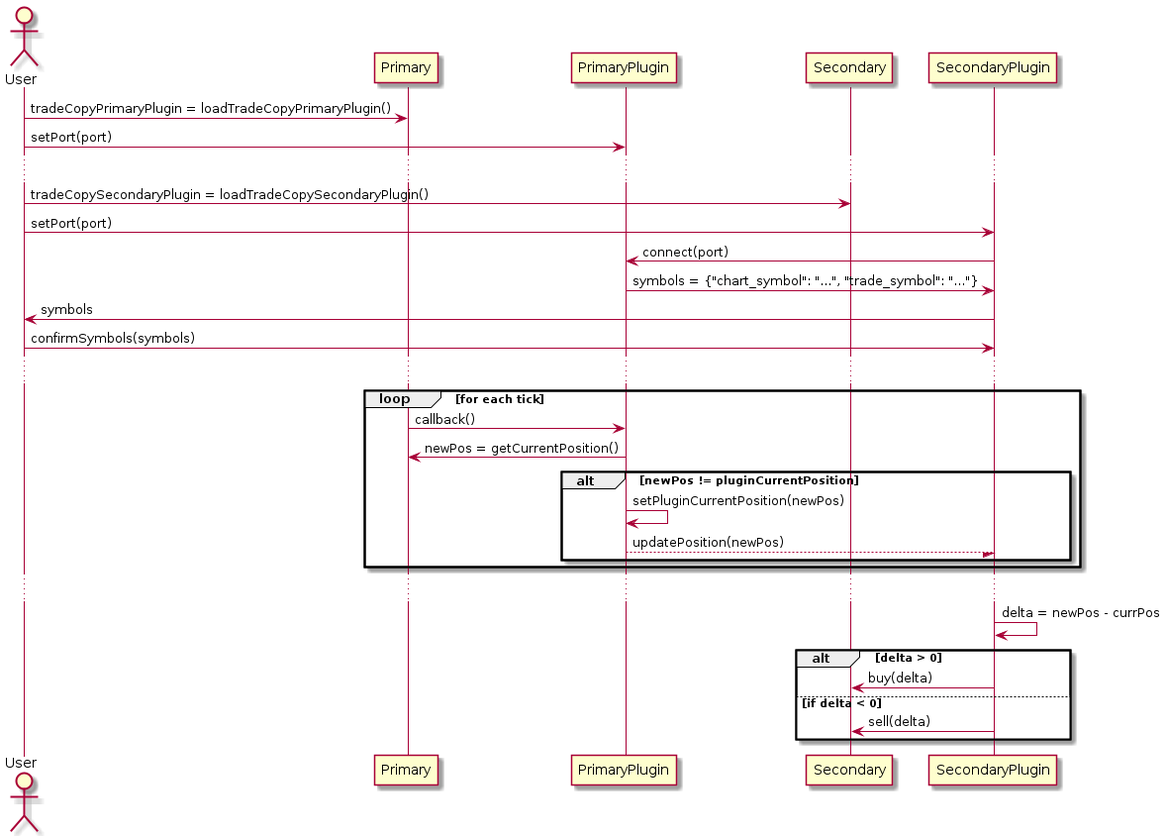
This is dev/sequence.png from sohailsomani/sc_position_copy, a PlantUML export, as it was before one commit. Its diagram source:
```plantuml
@startuml

actor User
participant Primary
participant PrimaryPlugin
participant Secondary
participant SecondaryPlugin

User -> Primary: tradeCopyPrimaryPlugin = loadTradeCopyPrimaryPlugin()
User -> PrimaryPlugin: setPort(port)
...
User -> Secondary: tradeCopySecondaryPlugin = loadTradeCopySecondaryPlugin()
User -> SecondaryPlugin: setPort(port)
SecondaryPlugin -> PrimaryPlugin: connect(port)
PrimaryPlugin -> SecondaryPlugin: symbols = {"chart_symbol": "...", "trade_symbol": "..."}
SecondaryPlugin -> User: symbols
User -> SecondaryPlugin: confirmSymbols(symbols)
...
loop for each tick
Primary -> PrimaryPlugin: callback()
PrimaryPlugin -> Primary: newPos = getCurrentPosition()
alt newPos != pluginCurrentPosition
  PrimaryPlugin -> PrimaryPlugin: setPluginCurrentPosition(newPos)
  PrimaryPlugin --/ SecondaryPlugin: updatePosition(newPos)
end
end
...
SecondaryPlugin -> SecondaryPlugin: delta = newPos - currPos
alt delta > 0
  SecondaryPlugin -> Secondary: buy(delta)
else if delta < 0
  SecondaryPlugin -> Secondary: sell(delta)
end
@enduml
```
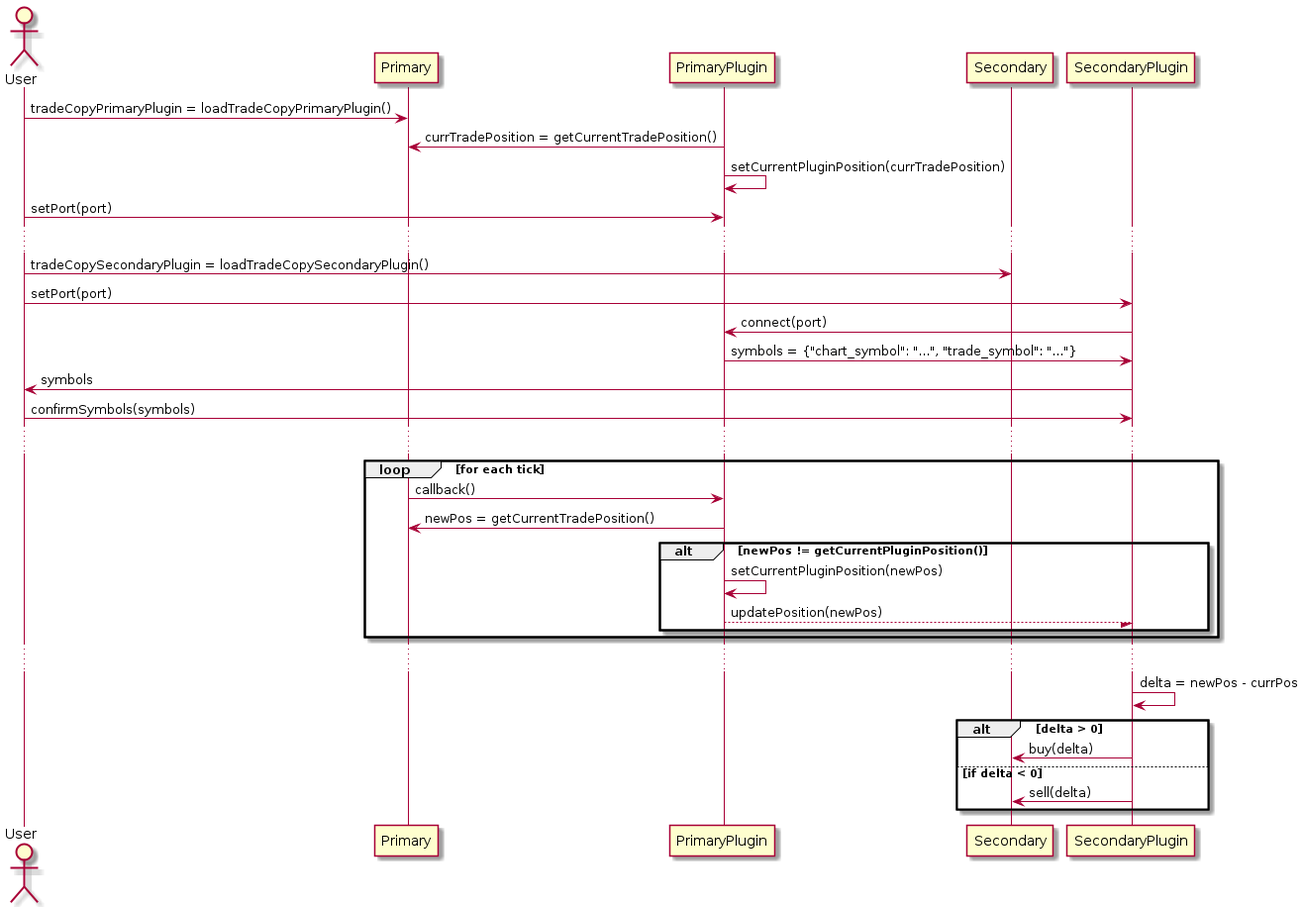
After the change.

The edit, as a diff of the source:
```diff
@@ -7,6 +7,8 @@
 participant SecondaryPlugin
 
 User -> Primary: tradeCopyPrimaryPlugin = loadTradeCopyPrimaryPlugin()
+PrimaryPlugin -> Primary: currTradePosition = getCurrentTradePosition()
+PrimaryPlugin -> PrimaryPlugin: setCurrentPluginPosition(currTradePosition)
 User -> PrimaryPlugin: setPort(port)
 ...
 User -> Secondary: tradeCopySecondaryPlugin = loadTradeCopySecondaryPlugin()
@@ -18,9 +20,9 @@
 ...
 loop for each tick
 Primary -> PrimaryPlugin: callback()
-PrimaryPlugin -> Primary: newPos = getCurrentPosition()
-alt newPos != pluginCurrentPosition
-  PrimaryPlugin -> PrimaryPlugin: setPluginCurrentPosition(newPos)
+PrimaryPlugin -> Primary: newPos = getCurrentTradePosition()
+alt newPos != getCurrentPluginPosition()
+  PrimaryPlugin -> PrimaryPlugin: setCurrentPluginPosition(newPos)
   PrimaryPlugin --/ SecondaryPlugin: updatePosition(newPos)
 end
 end
```
